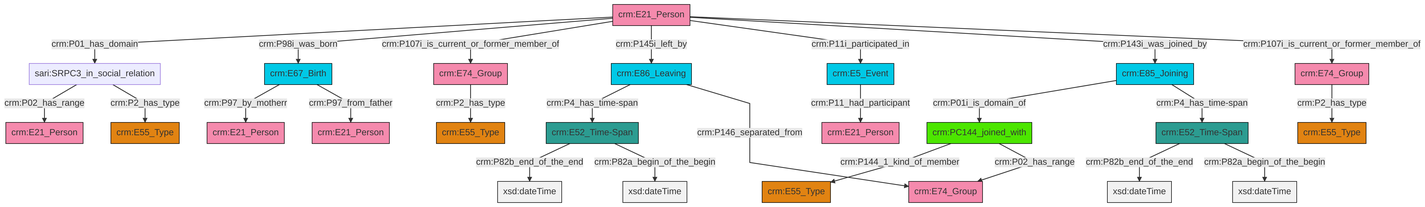
Above: et/personCSV/ttl/mmd/png/Person_Actor_Relations.png in swiss-art-research-net/docs.swissartresearch (Mermaid), before the change. Its source is kept beside it as et/personCSV/ttl/mmd/Person_Actor_Relations.ttl.mmd.
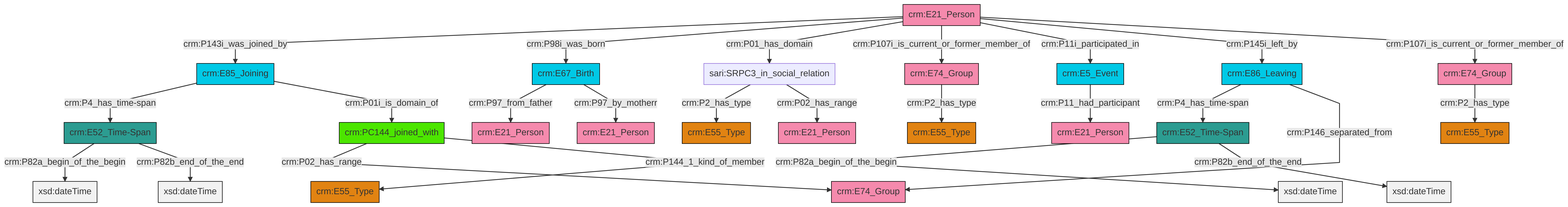
Above is the later version.

Change to the diagram source:
```diff
@@ -13,27 +13,27 @@
 classDef PC_Classes fill:#4ce600, stroke:#000000;
 classDef Multi fill:#cccccc,stroke:#000000;
 
-0["crm:E21_Person"]:::Actor -->|crm:P01_has_domain| 1["sari:SRPC3_in_social_relation"]:::Default
-2["crm:E52_Time-Span"]:::Time-Span -->|crm:P82b_end_of_the_end| 3[xsd:dateTime]:::Literal
-0["crm:E21_Person"]:::Actor -->|crm:P98i_was_born| 4["crm:E67_Birth"]:::Temporal_Entity
-9["crm:E74_Group"]:::Actor -->|crm:P2_has_type| 10["crm:E55_Type"]:::Type
-0["crm:E21_Person"]:::Actor -->|crm:P107i_is_current_or_former_member_of| 11["crm:E74_Group"]:::Actor
-14["crm:E52_Time-Span"]:::Time-Span -->|crm:P82b_end_of_the_end| 15[xsd:dateTime]:::Literal
-16["crm:E85_Joining"]:::Temporal_Entity -->|crm:P01i_is_domain_of| 5["crm:PC144_joined_with"]:::PC_Classes
-4["crm:E67_Birth"]:::Temporal_Entity -->|crm:P97_by_motherr| 19["crm:E21_Person"]:::Actor
-5["crm:PC144_joined_with"]:::PC_Classes -->|crm:P144_1_kind_of_member| 20["crm:E55_Type"]:::Type
-1["sari:SRPC3_in_social_relation"]:::Default -->|crm:P02_has_range| 21["crm:E21_Person"]:::Actor
-16["crm:E85_Joining"]:::Temporal_Entity -->|crm:P4_has_time-span| 14["crm:E52_Time-Span"]:::Time-Span
-2["crm:E52_Time-Span"]:::Time-Span -->|crm:P82a_begin_of_the_begin| 22[xsd:dateTime]:::Literal
-14["crm:E52_Time-Span"]:::Time-Span -->|crm:P82a_begin_of_the_begin| 28[xsd:dateTime]:::Literal
-0["crm:E21_Person"]:::Actor -->|crm:P145i_left_by| 29["crm:E86_Leaving"]:::Temporal_Entity
-0["crm:E21_Person"]:::Actor -->|crm:P11i_participated_in| 17["crm:E5_Event"]:::Temporal_Entity
-1["sari:SRPC3_in_social_relation"]:::Default -->|crm:P2_has_type| 25["crm:E55_Type"]:::Type
-29["crm:E86_Leaving"]:::Temporal_Entity -->|crm:P4_has_time-span| 2["crm:E52_Time-Span"]:::Time-Span
-29["crm:E86_Leaving"]:::Temporal_Entity -->|crm:P146_separated_from| 30["crm:E74_Group"]:::Actor
-4["crm:E67_Birth"]:::Temporal_Entity -->|crm:P97_from_father| 12["crm:E21_Person"]:::Actor
-11["crm:E74_Group"]:::Actor -->|crm:P2_has_type| 7["crm:E55_Type"]:::Type
-17["crm:E5_Event"]:::Temporal_Entity -->|crm:P11_had_participant| 43["crm:E21_Person"]:::Actor
-0["crm:E21_Person"]:::Actor -->|crm:P143i_was_joined_by| 16["crm:E85_Joining"]:::Temporal_Entity
-0["crm:E21_Person"]:::Actor -->|crm:P107i_is_current_or_former_member_of| 9["crm:E74_Group"]:::Actor
-5["crm:PC144_joined_with"]:::PC_Classes -->|crm:P02_has_range| 30["crm:E74_Group"]:::Actor
+4["crm:E74_Group"]:::Actor -->|crm:P2_has_type| 5["crm:E55_Type"]:::Type
+11["crm:E52_Time-Span"]:::Time-Span -->|crm:P82a_begin_of_the_begin| 12[xsd:dateTime]:::Literal
+15["crm:E21_Person"]:::Actor -->|crm:P143i_was_joined_by| 16["crm:E85_Joining"]:::Temporal_Entity
+16["crm:E85_Joining"]:::Temporal_Entity -->|crm:P4_has_time-span| 11["crm:E52_Time-Span"]:::Time-Span
+19["crm:E67_Birth"]:::Temporal_Entity -->|crm:P97_from_father| 6["crm:E21_Person"]:::Actor
+15["crm:E21_Person"]:::Actor -->|crm:P98i_was_born| 19["crm:E67_Birth"]:::Temporal_Entity
+15["crm:E21_Person"]:::Actor -->|crm:P01_has_domain| 25["sari:SRPC3_in_social_relation"]:::Default
+20["crm:PC144_joined_with"]:::PC_Classes -->|crm:P02_has_range| 2["crm:E74_Group"]:::Actor
+20["crm:PC144_joined_with"]:::PC_Classes -->|crm:P144_1_kind_of_member| 9["crm:E55_Type"]:::Type
+30["crm:E74_Group"]:::Actor -->|crm:P2_has_type| 22["crm:E55_Type"]:::Type
+25["sari:SRPC3_in_social_relation"]:::Default -->|crm:P2_has_type| 0["crm:E55_Type"]:::Type
+17["crm:E86_Leaving"]:::Temporal_Entity -->|crm:P4_has_time-span| 13["crm:E52_Time-Span"]:::Time-Span
+31["crm:E5_Event"]:::Temporal_Entity -->|crm:P11_had_participant| 28["crm:E21_Person"]:::Actor
+11["crm:E52_Time-Span"]:::Time-Span -->|crm:P82b_end_of_the_end| 34[xsd:dateTime]:::Literal
+15["crm:E21_Person"]:::Actor -->|crm:P107i_is_current_or_former_member_of| 30["crm:E74_Group"]:::Actor
+15["crm:E21_Person"]:::Actor -->|crm:P11i_participated_in| 31["crm:E5_Event"]:::Temporal_Entity
+15["crm:E21_Person"]:::Actor -->|crm:P145i_left_by| 17["crm:E86_Leaving"]:::Temporal_Entity
+13["crm:E52_Time-Span"]:::Time-Span -->|crm:P82a_begin_of_the_begin| 40[xsd:dateTime]:::Literal
+25["sari:SRPC3_in_social_relation"]:::Default -->|crm:P02_has_range| 26["crm:E21_Person"]:::Actor
+15["crm:E21_Person"]:::Actor -->|crm:P107i_is_current_or_former_member_of| 4["crm:E74_Group"]:::Actor
+19["crm:E67_Birth"]:::Temporal_Entity -->|crm:P97_by_motherr| 36["crm:E21_Person"]:::Actor
+16["crm:E85_Joining"]:::Temporal_Entity -->|crm:P01i_is_domain_of| 20["crm:PC144_joined_with"]:::PC_Classes
+17["crm:E86_Leaving"]:::Temporal_Entity -->|crm:P146_separated_from| 2["crm:E74_Group"]:::Actor
+13["crm:E52_Time-Span"]:::Time-Span -->|crm:P82b_end_of_the_end| 46[xsd:dateTime]:::Literal
```
